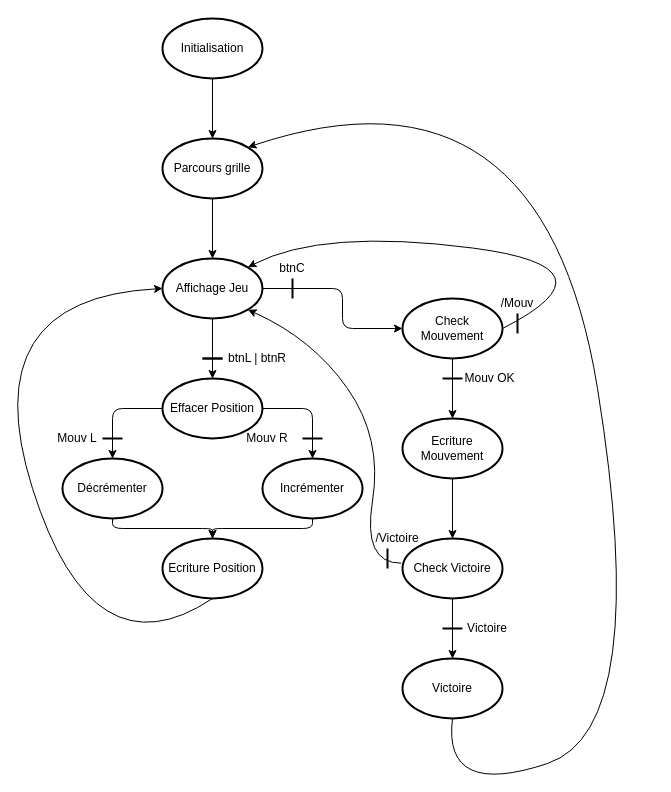
Above: Sources/FSM/FSM.drawio in Starmaxou/Puissance4_VHDL (draw.io), before the change. Source tidied: cells renumbered, new cells numbered last; positions are measured from the earlier drawing's top-left corner, leaving out a move shared by most shapes. Both pictures are drawn from the tidied source at 100%, with x=0, y=0 at pixel (-28, 18).
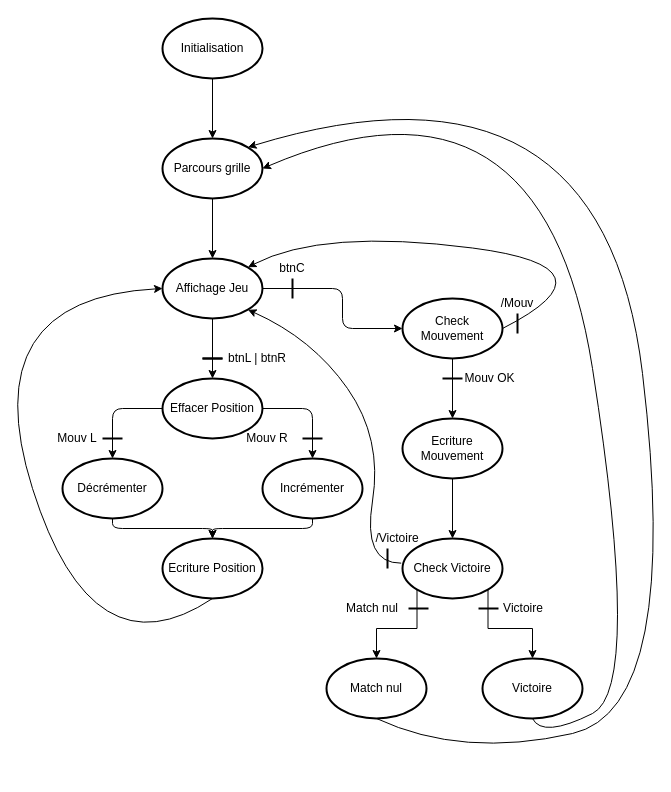
After the change.

Commit message:
Update FSM.drawio Ajout cas du match nul

Unchanged cells that the change refers to:
```xml
<mxCell id="5" value="Parcours grille" style="strokeWidth=2;html=1;shape=mxgraph.flowchart.start_2;whiteSpace=wrap;" parent="1" vertex="1">
  <mxGeometry x="190" y="120" width="100" height="60" as="geometry" />
</mxCell>
<mxCell id="17" value="Check Victoire" style="strokeWidth=2;html=1;shape=mxgraph.flowchart.start_2;whiteSpace=wrap;" parent="1" vertex="1">
  <mxGeometry x="430" y="520" width="100" height="60" as="geometry" />
</mxCell>
```

Diff of the diagram source:
```diff
@@
-    <mxCell id="16" style="edgeStyle=orthogonalEdgeStyle;rounded=0;jettySize=auto;html=1;" parent="1" edge="1" source="17" target="18">
+    <mxCell id="16" style="edgeStyle=orthogonalEdgeStyle;rounded=0;jettySize=auto;html=1;exitX=0.855;exitY=0.855;exitDx=0;exitDy=0;exitPerimeter=0;" parent="1" edge="1" source="17" target="18">
       <mxGeometry relative="1" as="geometry" />
     </mxCell>
@@
     <mxCell id="18" value="Victoire" style="strokeWidth=2;html=1;shape=mxgraph.flowchart.start_2;whiteSpace=wrap;" parent="1" vertex="1">
-      <mxGeometry x="430" y="640" width="100" height="60" as="geometry" />
+      <mxGeometry x="510" y="640" width="100" height="60" as="geometry" />
     </mxCell>
@@
-    <mxCell id="27" style="curved=1;endArrow=classic;html=1;exitX=0.5;exitY=1;exitDx=0;exitDy=0;exitPerimeter=0;entryX=0.855;entryY=0.145;entryDx=0;entryDy=0;entryPerimeter=0;" parent="1" edge="1" source="18" target="5">
+    <mxCell id="27" style="curved=1;endArrow=classic;html=1;exitX=0.5;exitY=1;exitDx=0;exitDy=0;exitPerimeter=0;entryX=1;entryY=0.5;entryDx=0;entryDy=0;entryPerimeter=0;" parent="1" edge="1" source="18" target="5">
       <mxGeometry relative="1" as="geometry">
         <Array as="points">
-          <mxPoint x="470" y="780" />
-          <mxPoint x="680" y="710" />
+          <mxPoint x="570" y="720" />
+          <mxPoint x="670" y="670" />
           <mxPoint x="570" y="30" />
         </Array>
       </mxGeometry>
     </mxCell>
@@
     <mxCell id="43" value="Victoire" style="text;html=1;strokeColor=none;fillColor=none;align=center;verticalAlign=middle;whiteSpace=wrap;rounded=0;" parent="1" vertex="1">
-      <mxGeometry x="490" y="600" width="50" height="20" as="geometry" />
+      <mxGeometry x="526" y="580" width="50" height="20" as="geometry" />
     </mxCell>
     <mxCell id="44" style="line;strokeWidth=2;html=1;rotation=0;" parent="1" vertex="1">
-      <mxGeometry x="470" y="605" width="20" height="10" as="geometry" />
+      <mxGeometry x="506" y="585" width="20" height="10" as="geometry" />
     </mxCell>
+    <mxCell id="45" value="Match nul" style="strokeWidth=2;html=1;shape=mxgraph.flowchart.start_2;whiteSpace=wrap;" parent="1" vertex="1">
+      <mxGeometry x="354" y="640" width="100" height="60" as="geometry" />
+    </mxCell>
+    <mxCell id="46" style="edgeStyle=orthogonalEdgeStyle;rounded=0;jettySize=auto;html=1;exitX=0.145;exitY=0.855;exitDx=0;exitDy=0;exitPerimeter=0;entryX=0.5;entryY=0;entryDx=0;entryDy=0;entryPerimeter=0;" parent="1" edge="1" source="17" target="45">
+      <mxGeometry relative="1" as="geometry" />
+    </mxCell>
+    <mxCell id="47" value="Match nul" style="text;html=1;strokeColor=none;fillColor=none;align=center;verticalAlign=middle;whiteSpace=wrap;rounded=0;" parent="1" vertex="1">
+      <mxGeometry x="370" y="580" width="60" height="20" as="geometry" />
+    </mxCell>
+    <mxCell id="48" style="line;strokeWidth=2;html=1;rotation=0;" parent="1" vertex="1">
+      <mxGeometry x="436" y="585" width="20" height="10" as="geometry" />
+    </mxCell>
+    <mxCell id="49" style="curved=1;endArrow=classic;html=1;exitX=0.5;exitY=1;exitDx=0;exitDy=0;exitPerimeter=0;entryX=0.855;entryY=0.145;entryDx=0;entryDy=0;entryPerimeter=0;" parent="1" edge="1" source="45" target="5">
+      <mxGeometry relative="1" as="geometry">
+        <Array as="points">
+          <mxPoint x="490" y="740" />
+          <mxPoint x="710" y="690" />
+          <mxPoint x="630" y="20" />
+        </Array>
+      </mxGeometry>
+    </mxCell>
```
